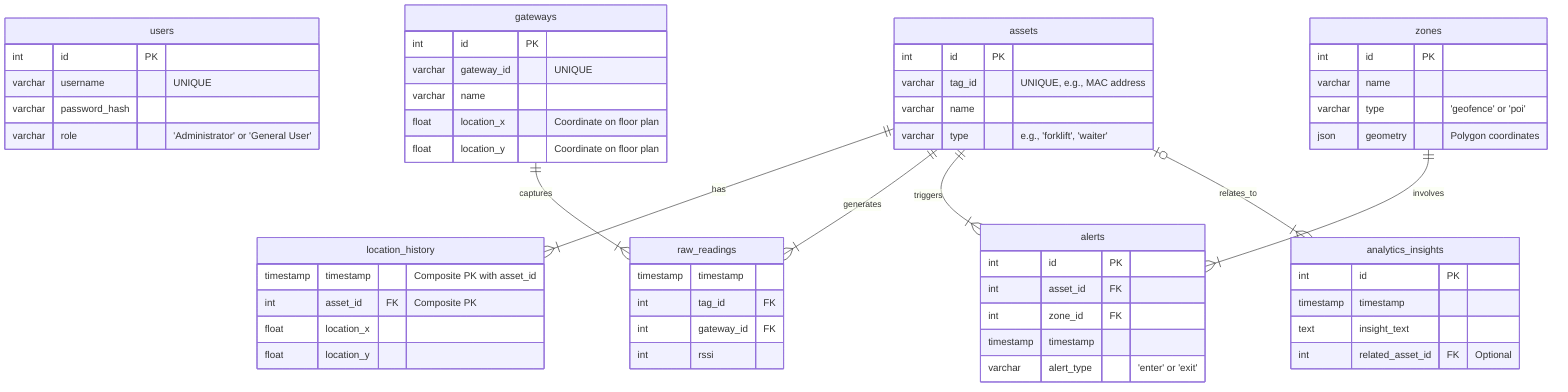
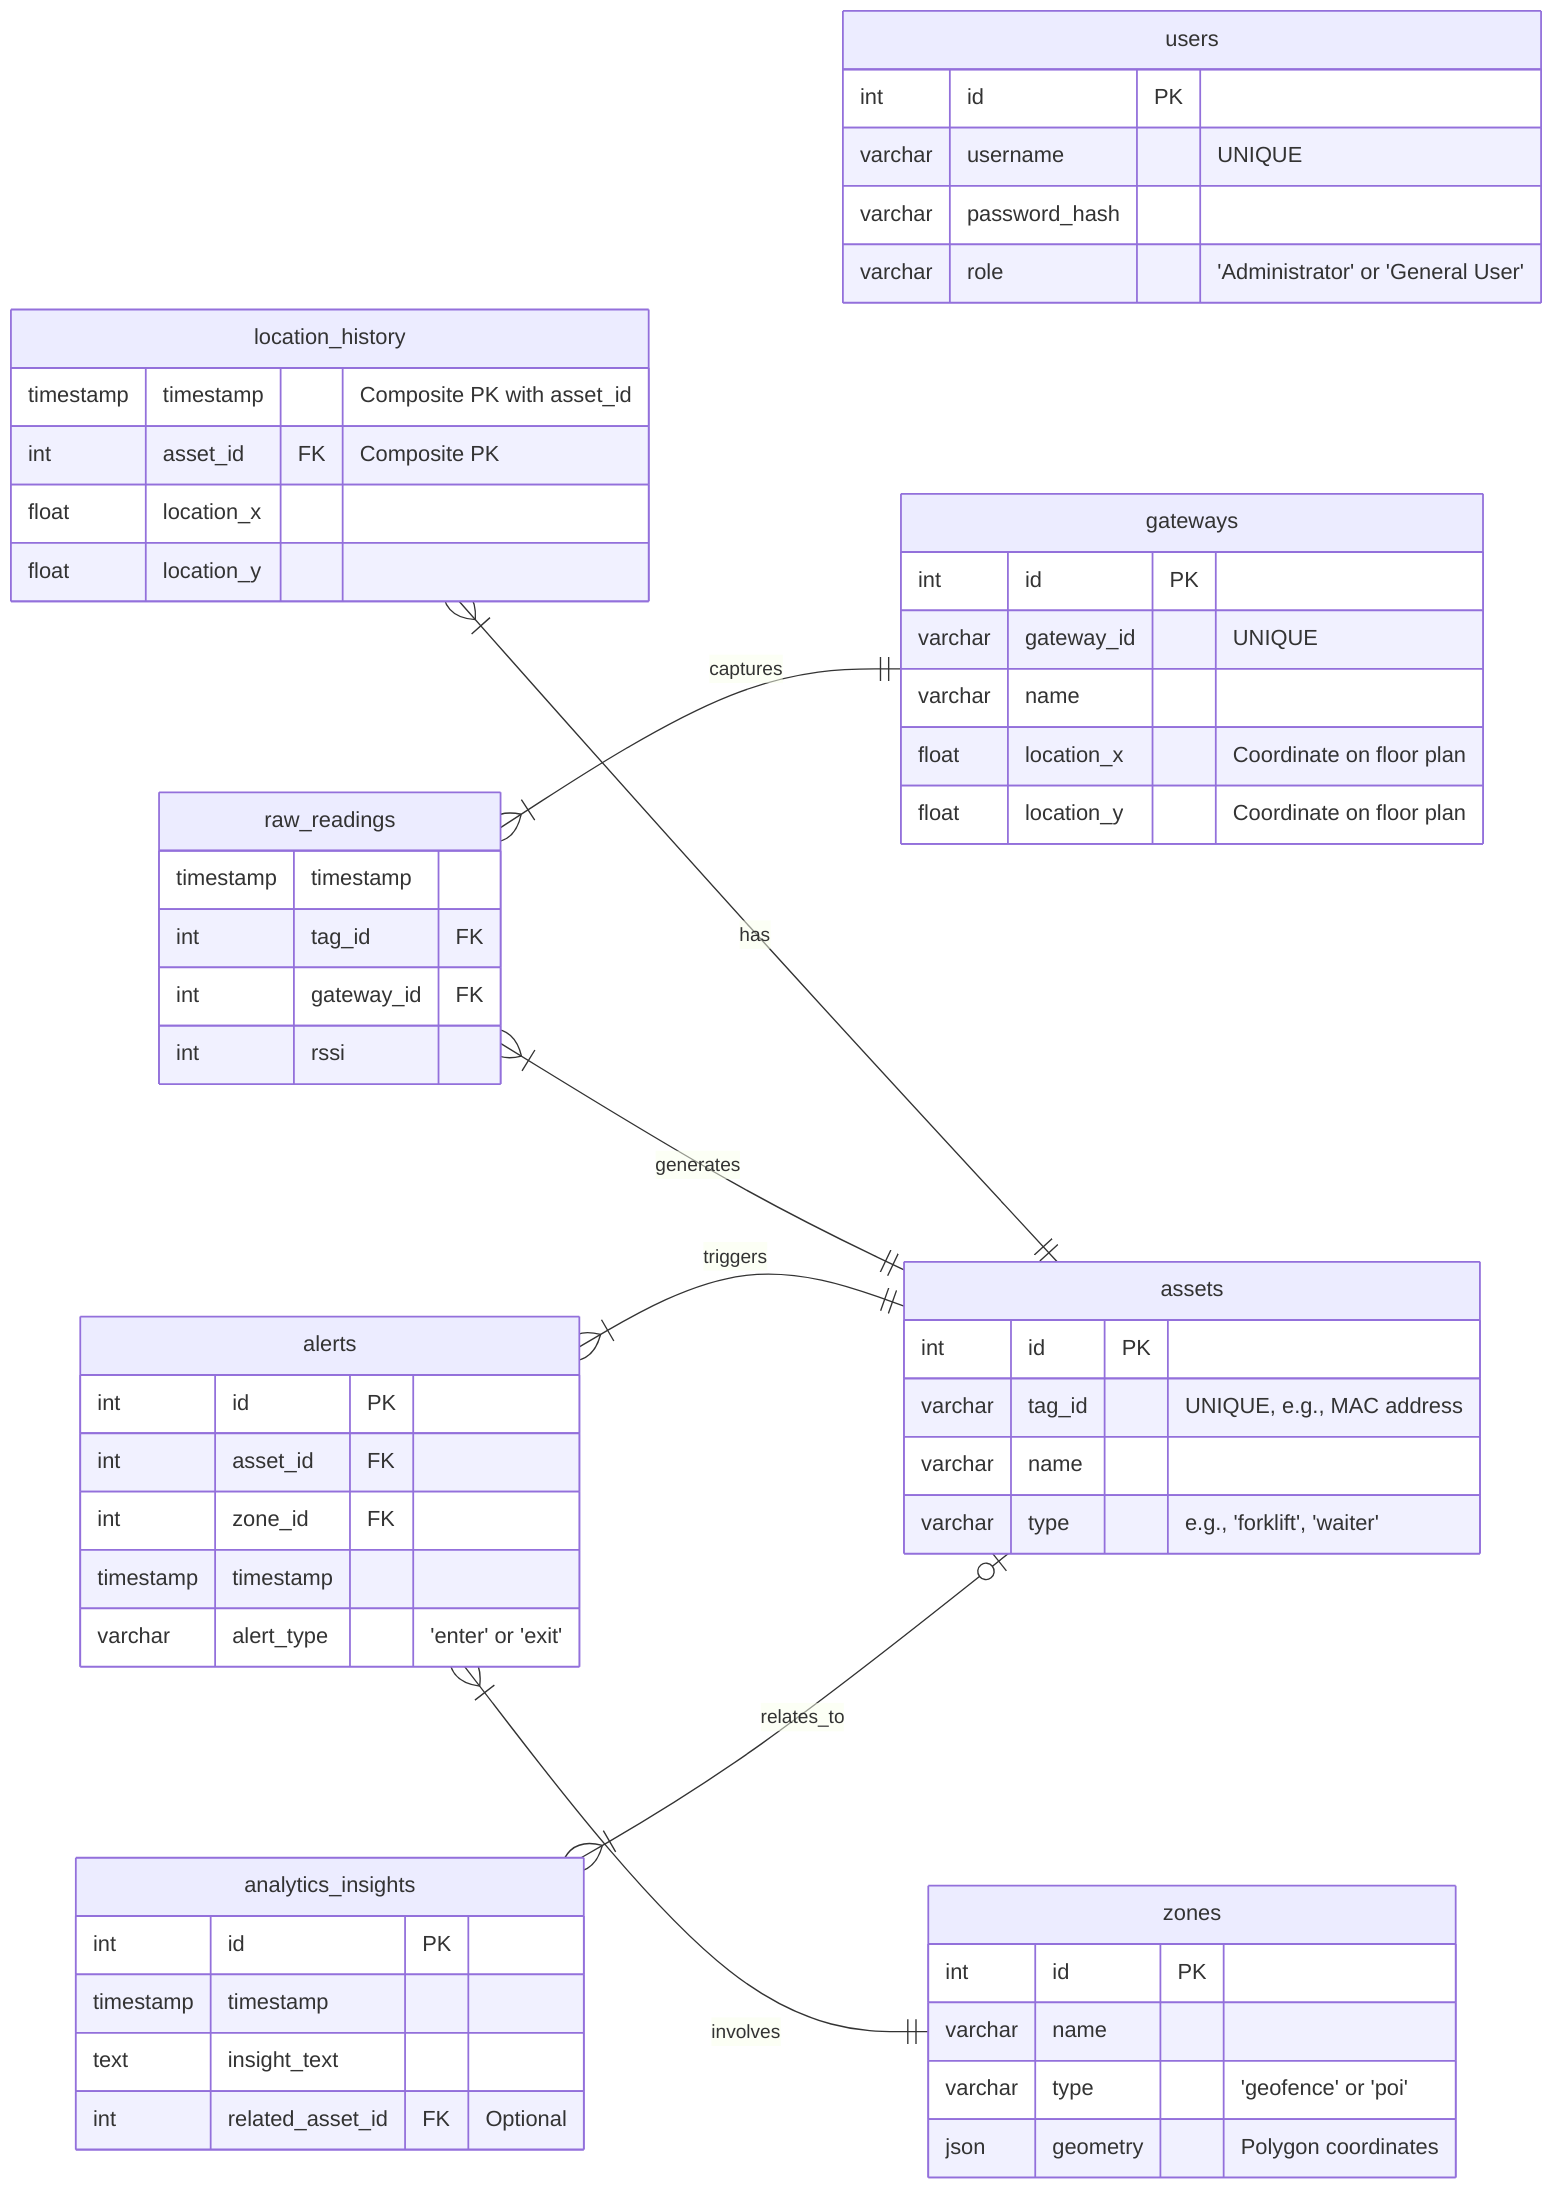
erDiagram
+     direction RL
    users {
        int id PK
        varchar username "UNIQUE"
        varchar password_hash
        varchar role "'Administrator' or 'General User'"
    }

    assets {
        int id PK
        varchar tag_id "UNIQUE, e.g., MAC address"
        varchar name
        varchar type "e.g., 'forklift', 'waiter'"
    }

    gateways {
        int id PK
        varchar gateway_id "UNIQUE"
        varchar name
        float location_x "Coordinate on floor plan"
        float location_y "Coordinate on floor plan"
    }

    zones {
        int id PK
        varchar name
        varchar type "'geofence' or 'poi'"
        json geometry "Polygon coordinates"
    }

    location_history {
        timestamp timestamp "Composite PK with asset_id"
        int asset_id FK "Composite PK"
        float location_x
        float location_y
    }

    raw_readings {
        timestamp timestamp
        int tag_id FK
        int gateway_id FK
        int rssi
    }

    alerts {
        int id PK
        int asset_id FK
        int zone_id FK
        timestamp timestamp
        varchar alert_type "'enter' or 'exit'"
    }

    analytics_insights {
        int id PK
        timestamp timestamp
        text insight_text
        int related_asset_id FK "Optional"
    }

    assets ||--|{ location_history : "has"
    assets ||--|{ raw_readings : "generates"
    gateways ||--|{ raw_readings : "captures"
    assets ||--|{ alerts : "triggers"
    zones ||--|{ alerts : "involves"
    assets |o--|{ analytics_insights : "relates_to"